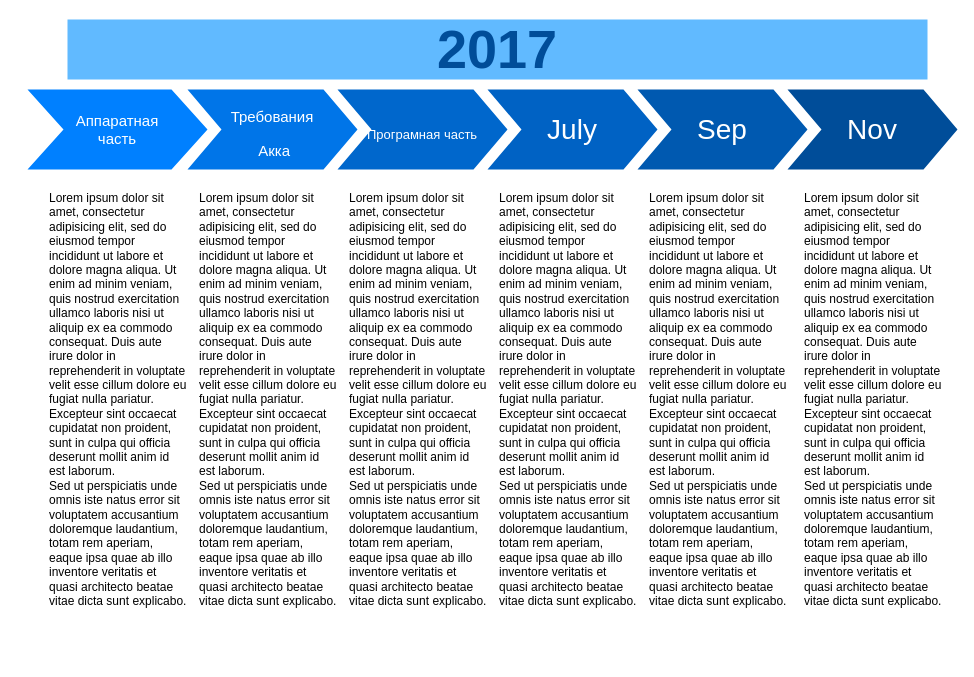
Earlier version of the draw.io diagram Untitled Diagram.drawio (friendlycoconut/ML_NURE_19). Source tidied: cells renumbered, new cells numbered last; positions are measured from the earlier drawing's top-left corner, leaving out a move shared by most shapes. Both pictures are drawn from the tidied source at 100%, with x=0, y=0 at pixel (27, 19).
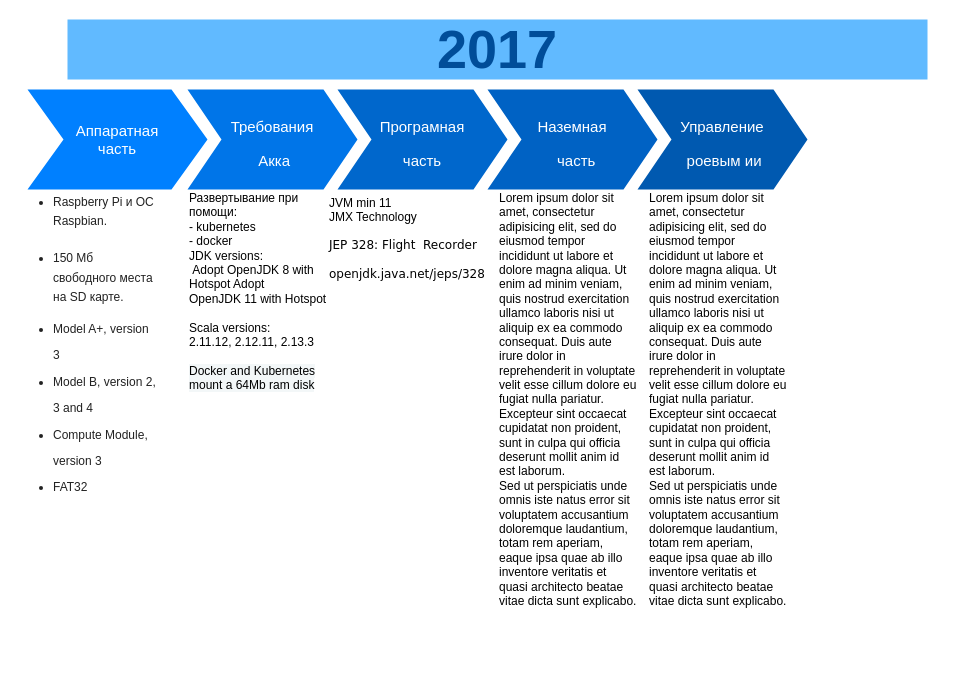
The same page after the edit.

What changed in the source:
```diff
@@
 <mxGraphModel background="#ffffff">
   <root>
     <mxCell id="0" />
     <mxCell id="1" parent="0" />
     <mxCell id="2" value="Аппаратная&lt;br style=&quot;font-size: 15px;&quot;&gt;часть" style="shape=step;whiteSpace=wrap;html=1;fontSize=15;fillColor=#0080FF;fontColor=#FFFFFF;strokeColor=none;" parent="1" vertex="1">
-      <mxGeometry y="70" width="180" height="80" as="geometry" />
+      <mxGeometry y="70" width="180" height="100" as="geometry" />
     </mxCell>
     <mxCell id="3" value="&lt;font style=&quot;font-size: 15px&quot;&gt;Требования&lt;br&gt;&amp;nbsp;Акка&lt;/font&gt;" style="shape=step;whiteSpace=wrap;html=1;fontSize=28;fillColor=#0075E8;fontColor=#FFFFFF;strokeColor=none;" parent="1" vertex="1">
-      <mxGeometry x="160" y="70" width="170" height="80" as="geometry" />
+      <mxGeometry x="160" y="70" width="170" height="100" as="geometry" />
     </mxCell>
-    <mxCell id="4" value="&lt;font style=&quot;font-size: 13px&quot;&gt;Програмная часть&lt;/font&gt;" style="shape=step;whiteSpace=wrap;html=1;fontSize=28;fillColor=#0067CC;fontColor=#FFFFFF;strokeColor=none;" parent="1" vertex="1">
-      <mxGeometry x="310" y="70" width="170" height="80" as="geometry" />
+    <mxCell id="4" value="&lt;font style=&quot;font-size: 15px&quot;&gt;Програмная &lt;br&gt;часть&lt;/font&gt;" style="shape=step;whiteSpace=wrap;html=1;fontSize=28;fillColor=#0067CC;fontColor=#FFFFFF;strokeColor=none;" parent="1" vertex="1">
+      <mxGeometry x="310" y="70" width="170" height="100" as="geometry" />
     </mxCell>
-    <mxCell id="5" value="July" style="shape=step;whiteSpace=wrap;html=1;fontSize=28;fillColor=#0062C4;fontColor=#FFFFFF;strokeColor=none;" parent="1" vertex="1">
-      <mxGeometry x="460" y="70" width="170" height="80" as="geometry" />
+    <mxCell id="5" value="&lt;span style=&quot;font-size: 15px&quot;&gt;Наземная&lt;br&gt;&amp;nbsp; часть&lt;/span&gt;" style="shape=step;whiteSpace=wrap;html=1;fontSize=28;fillColor=#0062C4;fontColor=#FFFFFF;strokeColor=none;" parent="1" vertex="1">
+      <mxGeometry x="460" y="70" width="170" height="100" as="geometry" />
     </mxCell>
-    <mxCell id="6" value="Sep" style="shape=step;whiteSpace=wrap;html=1;fontSize=28;fillColor=#0059B0;fontColor=#FFFFFF;strokeColor=none;" parent="1" vertex="1">
-      <mxGeometry x="610" y="70" width="170" height="80" as="geometry" />
+    <mxCell id="6" value="&lt;font style=&quot;font-size: 15px&quot;&gt;Управление&lt;br&gt;&amp;nbsp;роевым ии&lt;/font&gt;" style="shape=step;whiteSpace=wrap;html=1;fontSize=28;fillColor=#0059B0;fontColor=#FFFFFF;strokeColor=none;" parent="1" vertex="1">
+      <mxGeometry x="610" y="70" width="170" height="100" as="geometry" />
     </mxCell>
-    <mxCell id="7" value="Nov" style="shape=step;whiteSpace=wrap;html=1;fontSize=28;fillColor=#004D99;fontColor=#FFFFFF;strokeColor=none;" parent="1" vertex="1">
-      <mxGeometry x="760" y="70" width="170" height="80" as="geometry" />
-    </mxCell>
     <mxCell id="8" value="2017" style="text;html=1;strokeColor=none;fillColor=#61BAFF;align=center;verticalAlign=middle;whiteSpace=wrap;fontSize=54;fontStyle=1;fontColor=#004D99;" parent="1" vertex="1">
       <mxGeometry x="40" width="860" height="60" as="geometry" />
     </mxCell>
-    <mxCell id="9" value="Lorem ipsum dolor sit amet, consectetur adipisicing elit, sed do eiusmod tempor incididunt ut labore et dolore magna aliqua. Ut enim ad minim veniam, quis nostrud exercitation ullamco laboris nisi ut aliquip ex ea commodo consequat. Duis aute irure dolor in reprehenderit in voluptate velit esse cillum dolore eu fugiat nulla pariatur. Excepteur sint occaecat cupidatat non proident, sunt in culpa qui officia deserunt mollit anim id est laborum.&lt;br&gt;Sed ut perspiciatis unde omnis iste natus error sit voluptatem accusantium doloremque laudantium, totam rem aperiam, eaque ipsa quae ab illo inventore veritatis et quasi architecto beatae vitae dicta sunt explicabo." style="text;spacingTop=-5;fillColor=#ffffff;whiteSpace=wrap;html=1;align=left;fontSize=12;fontFamily=Helvetica;fillColor=none;strokeColor=none;" parent="1" vertex="1">
-      <mxGeometry x="20" y="170" width="140" height="470" as="geometry" />
-    </mxCell>
-    <mxCell id="10" value="Lorem ipsum dolor sit amet, consectetur adipisicing elit, sed do eiusmod tempor incididunt ut labore et dolore magna aliqua. Ut enim ad minim veniam, quis nostrud exercitation ullamco laboris nisi ut aliquip ex ea commodo consequat. Duis aute irure dolor in reprehenderit in voluptate velit esse cillum dolore eu fugiat nulla pariatur. Excepteur sint occaecat cupidatat non proident, sunt in culpa qui officia deserunt mollit anim id est laborum.&lt;br&gt;Sed ut perspiciatis unde omnis iste natus error sit voluptatem accusantium doloremque laudantium, totam rem aperiam, eaque ipsa quae ab illo inventore veritatis et quasi architecto beatae vitae dicta sunt explicabo." style="text;spacingTop=-5;fillColor=#ffffff;whiteSpace=wrap;html=1;align=left;fontSize=12;fontFamily=Helvetica;fillColor=none;strokeColor=none;" parent="1" vertex="1">
-      <mxGeometry x="170" y="170" width="140" height="470" as="geometry" />
+    <mxCell id="10" value="&lt;p&gt;&lt;/p&gt;&lt;ul style=&quot;margin: 0px 0px 0px 34px ; padding: 0px ; color: rgb(34 , 34 , 34) ; background-color: rgb(255 , 255 , 255)&quot;&gt;&lt;li style=&quot;padding: 0px 0px 9px ; line-height: 1.6&quot;&gt;&lt;font style=&quot;font-size: 12px&quot;&gt;Raspberry Pi и ОС Raspbian.&lt;/font&gt;&lt;/li&gt;&lt;/ul&gt;&lt;ul style=&quot;margin: 0px 0px 0px 34px ; padding: 0px ; color: rgb(34 , 34 , 34) ; background-color: rgb(255 , 255 , 255)&quot;&gt;&lt;li style=&quot;padding: 9px 0px ; line-height: 1.6&quot;&gt;&lt;font style=&quot;font-size: 12px&quot;&gt;150 Мб свободного места на SD карте.&lt;/font&gt;&lt;/li&gt;&lt;/ul&gt;&lt;ul style=&quot;margin: 0px 0px 0px 34px ; padding: 0px ; color: rgb(34 , 34 , 34) ; background-color: rgb(255 , 255 , 255)&quot;&gt;&lt;li style=&quot;line-height: 26.4px&quot;&gt;&lt;font style=&quot;font-size: 12px&quot;&gt;Model A+, version 3&lt;/font&gt;&lt;/li&gt;&lt;/ul&gt;&lt;ul style=&quot;margin: 0px 0px 0px 34px ; padding: 0px ; color: rgb(34 , 34 , 34) ; background-color: rgb(255 , 255 , 255)&quot;&gt;&lt;li style=&quot;line-height: 26.4px&quot;&gt;&lt;font style=&quot;font-size: 12px&quot;&gt;Model B, version 2, 3 and 4&lt;/font&gt;&lt;/li&gt;&lt;/ul&gt;&lt;ul style=&quot;margin: 0px 0px 0px 34px ; padding: 0px ; color: rgb(34 , 34 , 34) ; background-color: rgb(255 , 255 , 255)&quot;&gt;&lt;li style=&quot;line-height: 26.4px&quot;&gt;&lt;font style=&quot;font-size: 12px&quot;&gt;Compute Module, version 3&lt;/font&gt;&lt;/li&gt;&lt;li style=&quot;line-height: 26.4px&quot;&gt;&lt;font style=&quot;font-size: 12px&quot;&gt;FAT32&amp;nbsp;&lt;br&gt;&lt;/font&gt;&lt;/li&gt;&lt;/ul&gt;&lt;p&gt;&lt;/p&gt;" style="text;spacingTop=-5;fillColor=#ffffff;whiteSpace=wrap;html=1;align=left;fontSize=12;fontFamily=Helvetica;fillColor=none;strokeColor=none;" parent="1" vertex="1">
+      <mxGeometry x="-10" y="160" width="140" height="470" as="geometry" />
     </mxCell>
-    <mxCell id="11" value="Lorem ipsum dolor sit amet, consectetur adipisicing elit, sed do eiusmod tempor incididunt ut labore et dolore magna aliqua. Ut enim ad minim veniam, quis nostrud exercitation ullamco laboris nisi ut aliquip ex ea commodo consequat. Duis aute irure dolor in reprehenderit in voluptate velit esse cillum dolore eu fugiat nulla pariatur. Excepteur sint occaecat cupidatat non proident, sunt in culpa qui officia deserunt mollit anim id est laborum.&lt;br&gt;Sed ut perspiciatis unde omnis iste natus error sit voluptatem accusantium doloremque laudantium, totam rem aperiam, eaque ipsa quae ab illo inventore veritatis et quasi architecto beatae vitae dicta sunt explicabo." style="text;spacingTop=-5;fillColor=#ffffff;whiteSpace=wrap;html=1;align=left;fontSize=12;fontFamily=Helvetica;fillColor=none;strokeColor=none;" parent="1" vertex="1">
-      <mxGeometry x="320" y="170" width="140" height="470" as="geometry" />
+    <mxCell id="11" value="&lt;p style=&quot;margin: 5px 0px 2px ; padding: 0px ; line-height: 1.2em ; min-height: 23px&quot;&gt;JVM min 11&lt;br&gt;JMX Technology&lt;/p&gt;&lt;h1 style=&quot;padding: 0pt ; margin: 0ex 0.5ex 1ex 0pt&quot;&gt;&lt;font&gt;&lt;font face=&quot;DejaVu Sans, Bitstream Vera Sans, Luxi Sans, Verdana, Arial, Helvetica&quot;&gt;&lt;span style=&quot;font-size: 12px ; font-weight: normal&quot;&gt;JEP 328: Flight&amp;nbsp; Recorder&lt;/span&gt;&lt;/font&gt;&lt;br&gt;&lt;font face=&quot;DejaVu Sans, Bitstream Vera Sans, Luxi Sans, Verdana, Arial, Helvetica&quot;&gt;&lt;span style=&quot;font-size: 12px ; font-weight: 400&quot;&gt;openjdk.java.net/jeps/328&lt;/span&gt;&lt;/font&gt;&lt;br&gt;&lt;/font&gt;&lt;/h1&gt;&lt;div&gt;&lt;font style=&quot;font-weight: normal ; font-size: 12px&quot;&gt;&lt;br&gt;&lt;/font&gt;&lt;/div&gt;" style="text;spacingTop=-5;fillColor=#ffffff;whiteSpace=wrap;html=1;align=left;fontSize=12;fontFamily=Helvetica;fillColor=none;strokeColor=none;" parent="1" vertex="1">
+      <mxGeometry x="300" y="170" width="160" height="470" as="geometry" />
     </mxCell>
     <mxCell id="12" value="Lorem ipsum dolor sit amet, consectetur adipisicing elit, sed do eiusmod tempor incididunt ut labore et dolore magna aliqua. Ut enim ad minim veniam, quis nostrud exercitation ullamco laboris nisi ut aliquip ex ea commodo consequat. Duis aute irure dolor in reprehenderit in voluptate velit esse cillum dolore eu fugiat nulla pariatur. Excepteur sint occaecat cupidatat non proident, sunt in culpa qui officia deserunt mollit anim id est laborum.&lt;br&gt;Sed ut perspiciatis unde omnis iste natus error sit voluptatem accusantium doloremque laudantium, totam rem aperiam, eaque ipsa quae ab illo inventore veritatis et quasi architecto beatae vitae dicta sunt explicabo." style="text;spacingTop=-5;fillColor=#ffffff;whiteSpace=wrap;html=1;align=left;fontSize=12;fontFamily=Helvetica;fillColor=none;strokeColor=none;" parent="1" vertex="1">
       <mxGeometry x="470" y="170" width="140" height="470" as="geometry" />
     </mxCell>
     <mxCell id="13" value="Lorem ipsum dolor sit amet, consectetur adipisicing elit, sed do eiusmod tempor incididunt ut labore et dolore magna aliqua. Ut enim ad minim veniam, quis nostrud exercitation ullamco laboris nisi ut aliquip ex ea commodo consequat. Duis aute irure dolor in reprehenderit in voluptate velit esse cillum dolore eu fugiat nulla pariatur. Excepteur sint occaecat cupidatat non proident, sunt in culpa qui officia deserunt mollit anim id est laborum.&lt;br&gt;Sed ut perspiciatis unde omnis iste natus error sit voluptatem accusantium doloremque laudantium, totam rem aperiam, eaque ipsa quae ab illo inventore veritatis et quasi architecto beatae vitae dicta sunt explicabo." style="text;spacingTop=-5;fillColor=#ffffff;whiteSpace=wrap;html=1;align=left;fontSize=12;fontFamily=Helvetica;fillColor=none;strokeColor=none;" parent="1" vertex="1">
       <mxGeometry x="620" y="170" width="140" height="470" as="geometry" />
     </mxCell>
-    <mxCell id="14" value="Lorem ipsum dolor sit amet, consectetur adipisicing elit, sed do eiusmod tempor incididunt ut labore et dolore magna aliqua. Ut enim ad minim veniam, quis nostrud exercitation ullamco laboris nisi ut aliquip ex ea commodo consequat. Duis aute irure dolor in reprehenderit in voluptate velit esse cillum dolore eu fugiat nulla pariatur. Excepteur sint occaecat cupidatat non proident, sunt in culpa qui officia deserunt mollit anim id est laborum.&lt;br&gt;Sed ut perspiciatis unde omnis iste natus error sit voluptatem accusantium doloremque laudantium, totam rem aperiam, eaque ipsa quae ab illo inventore veritatis et quasi architecto beatae vitae dicta sunt explicabo." style="text;spacingTop=-5;fillColor=#ffffff;whiteSpace=wrap;html=1;align=left;fontSize=12;fontFamily=Helvetica;fillColor=none;strokeColor=none;" parent="1" vertex="1">
-      <mxGeometry x="775" y="170" width="140" height="470" as="geometry" />
-    </mxCell>
+    <mxCell id="15" value="&lt;font style=&quot;font-size: 12px&quot;&gt;Развертывание при помощи:&amp;nbsp;&lt;br&gt;- kubernetes&lt;br&gt;- docker&lt;br&gt;JDK versions:&lt;br&gt;&amp;nbsp;Adopt OpenJDK 8 with Hotspot Adopt &lt;br&gt;OpenJDK 11 with Hotspot&lt;br&gt;&lt;br&gt;Scala versions:&amp;nbsp;&lt;br&gt;2.11.12, 2.12.11, 2.13.3&lt;br&gt;&lt;br&gt;&lt;span style=&quot;font-family: &amp;#34;proximanova&amp;#34; , &amp;#34;arial&amp;#34; , &amp;#34;helvetica&amp;#34; , sans-serif ; background-color: rgb(243 , 247 , 248)&quot;&gt;Docker and Kubernetes mount a 64Mb ram disk&lt;/span&gt;&lt;/font&gt;" style="text;spacingTop=-5;fillColor=#ffffff;whiteSpace=wrap;html=1;align=left;fontSize=12;fontFamily=Helvetica;fillColor=none;strokeColor=none;" parent="1" vertex="1">
+      <mxGeometry x="160" y="170" width="160" height="470" as="geometry" />
+    </mxCell>
   </root>
 </mxGraphModel>
```
